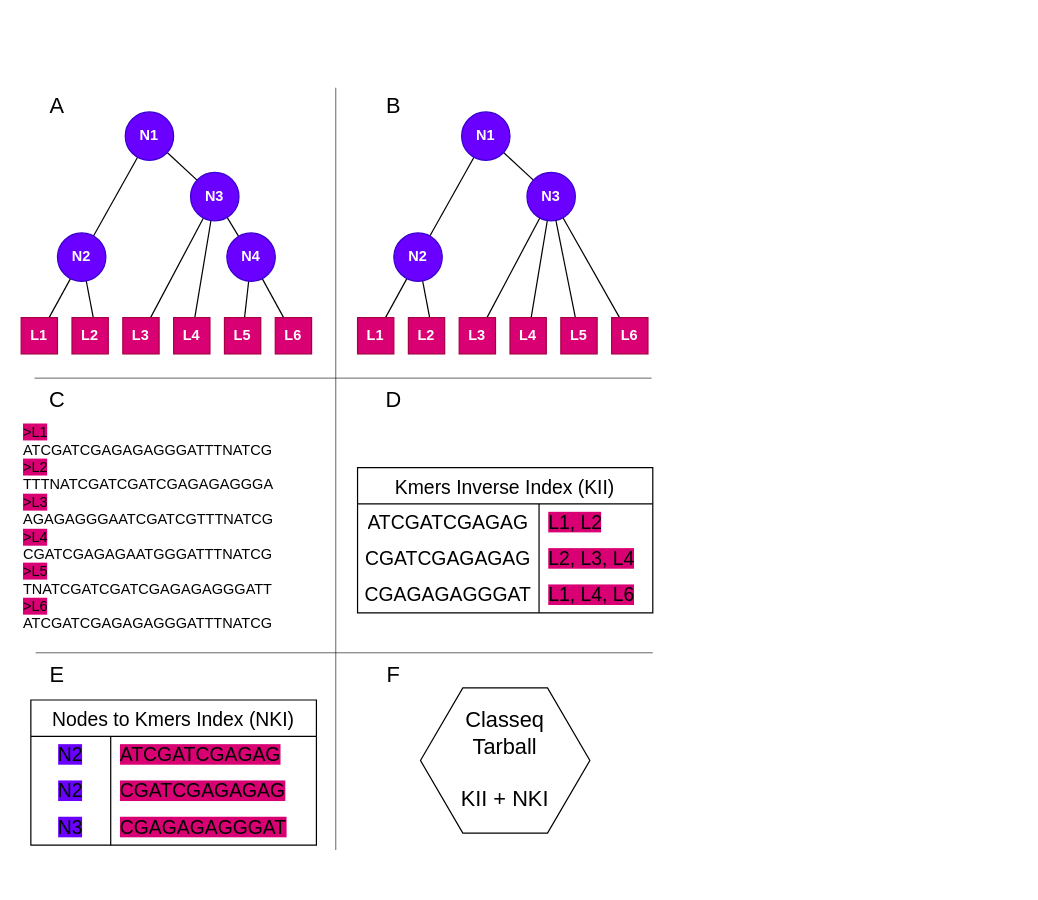
Before: page "main-comcepts" (1 of 2) of docs/drawio/classeq.drawio in LepistaBioinformatics/classeq, a draw.io diagram. Source tidied: cells renumbered, new cells numbered last; positions are measured from the earlier drawing's top-left corner, leaving out a move shared by most shapes. Both pictures are drawn from the tidied source at 121%, with x=0, y=0 at pixel (21, 87).
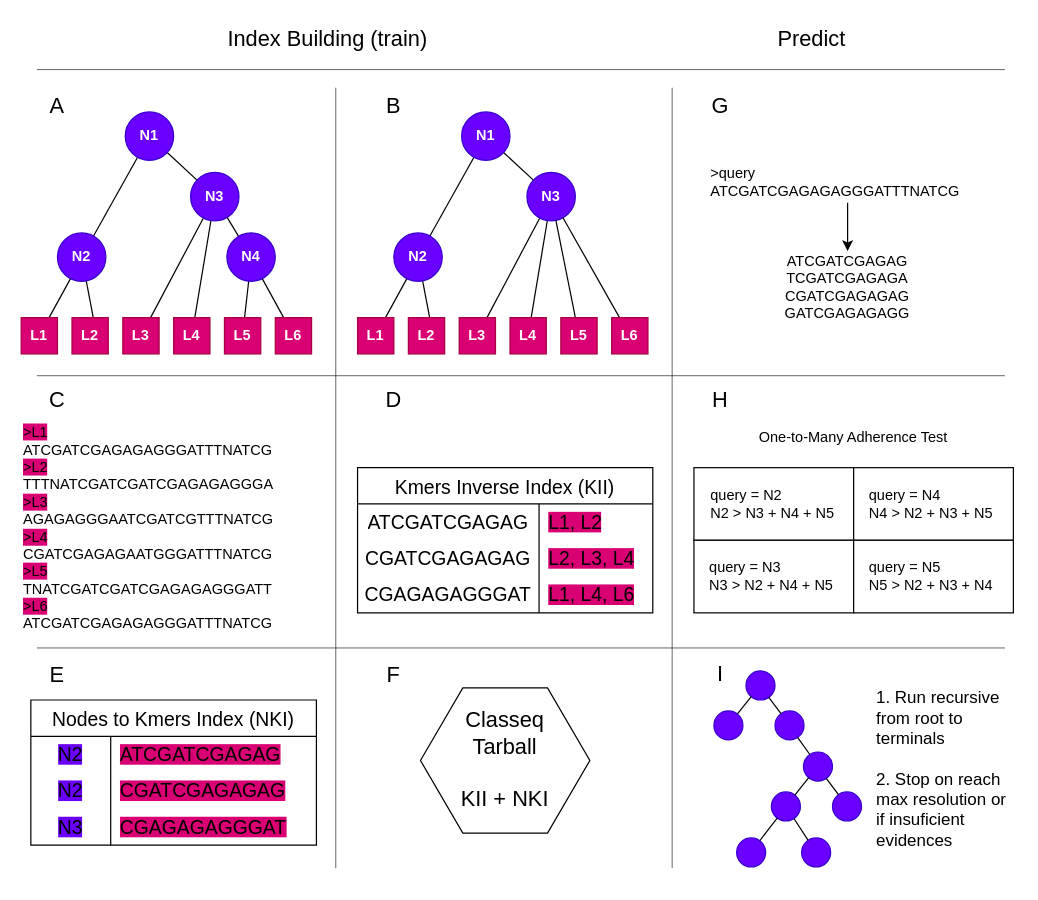
The same diagram, later.

Commit message (it also covers changes not shown here):
docs: upgrade documentation of the algorithm flow

main

The edit, as a diff of the source:
```diff
@@
-    <mxCell id="50" style="endArrow=none;html=1;rounded=0;strokeWidth=0.5;" parent="1" edge="1">
-      <mxGeometry relative="1" as="geometry">
-        <mxPoint x="11" y="240" as="sourcePoint" />
-        <mxPoint x="521" y="240" as="targetPoint" />
-      </mxGeometry>
-    </mxCell>
     <mxCell id="51" style="endArrow=none;html=1;rounded=0;strokeWidth=0.5;" parent="1" edge="1">
       <mxGeometry relative="1" as="geometry">
         <mxPoint x="260" as="sourcePoint" />
-        <mxPoint x="260" y="630" as="targetPoint" />
+        <mxPoint x="260" y="645" as="targetPoint" />
       </mxGeometry>
     </mxCell>
-    <mxCell id="52" style="endArrow=none;html=1;rounded=0;strokeWidth=0.5;" parent="1" edge="1">
-      <mxGeometry relative="1" as="geometry">
-        <mxPoint x="12" y="467" as="sourcePoint" />
-        <mxPoint x="522" y="467" as="targetPoint" />
-      </mxGeometry>
-    </mxCell>
@@
+    <mxCell id="69" style="endArrow=none;html=1;rounded=0;strokeWidth=0.5;" parent="1" edge="1">
+      <mxGeometry relative="1" as="geometry">
+        <mxPoint x="13" y="-15" as="sourcePoint" />
+        <mxPoint x="813" y="-15" as="targetPoint" />
+      </mxGeometry>
+    </mxCell>
+    <mxCell id="70" value="&lt;span style=&quot;font-size: 18px;&quot;&gt;Index Building (train)&lt;/span&gt;" style="text;html=1;strokeColor=none;fillColor=none;align=center;verticalAlign=middle;whiteSpace=wrap;rounded=0;" parent="1" vertex="1">
+      <mxGeometry x="156" y="-55" width="195" height="30" as="geometry" />
+    </mxCell>
+    <mxCell id="71" value="&lt;span style=&quot;font-size: 18px;&quot;&gt;Predict&lt;/span&gt;" style="text;html=1;strokeColor=none;fillColor=none;align=center;verticalAlign=middle;whiteSpace=wrap;rounded=0;" parent="1" vertex="1">
+      <mxGeometry x="556" y="-55" width="195" height="30" as="geometry" />
+    </mxCell>
+    <mxCell id="72" style="endArrow=none;html=1;rounded=0;strokeWidth=0.5;" parent="1" edge="1">
+      <mxGeometry relative="1" as="geometry">
+        <mxPoint x="538" as="sourcePoint" />
+        <mxPoint x="538" y="645" as="targetPoint" />
+      </mxGeometry>
+    </mxCell>
+    <mxCell id="73" style="group;" parent="1" vertex="1">
+      <mxGeometry x="568" y="60" width="230" height="135" as="geometry" />
+    </mxCell>
+    <mxCell id="74" value="&amp;gt;query&lt;br&gt;ATCGATCGAGAGAGGGATTTNATCG" style="text;html=1;strokeColor=none;fillColor=none;align=left;verticalAlign=middle;whiteSpace=wrap;rounded=0;" parent="73" vertex="1">
+      <mxGeometry width="230" height="35" as="geometry" />
+    </mxCell>
+    <mxCell id="75" value="ATCGATCGAGAG&lt;br&gt;TCGATCGAGAGA&lt;br&gt;CGATCGAGAGAG&lt;br&gt;GATCGAGAGAGG" style="text;html=1;strokeColor=none;fillColor=none;align=center;verticalAlign=middle;whiteSpace=wrap;rounded=0;" parent="73" vertex="1">
+      <mxGeometry y="75" width="230" height="60" as="geometry" />
+    </mxCell>
+    <mxCell id="76" style="edgeStyle=orthogonalEdgeStyle;rounded=0;jettySize=auto;html=1;" parent="73" edge="1" source="74" target="75">
+      <mxGeometry relative="1" as="geometry" />
+    </mxCell>
+    <mxCell id="77" value="&lt;span style=&quot;font-size: 18px;&quot;&gt;G&lt;/span&gt;" style="text;html=1;strokeColor=none;fillColor=none;align=center;verticalAlign=middle;whiteSpace=wrap;rounded=0;" parent="1" vertex="1">
+      <mxGeometry x="548" width="60" height="30" as="geometry" />
+    </mxCell>
+    <mxCell id="78" value="One-to-Many Adherence Test" style="text;html=1;strokeColor=none;fillColor=none;align=center;verticalAlign=middle;whiteSpace=wrap;rounded=0;" parent="1" vertex="1">
+      <mxGeometry x="598" y="274" width="180" height="30" as="geometry" />
+    </mxCell>
+    <mxCell id="79" value="&lt;span style=&quot;font-size: 18px;&quot;&gt;H&lt;/span&gt;" style="text;html=1;strokeColor=none;fillColor=none;align=center;verticalAlign=middle;whiteSpace=wrap;rounded=0;" parent="1" vertex="1">
+      <mxGeometry x="548" y="243" width="60" height="30" as="geometry" />
+    </mxCell>
+    <mxCell id="80" style="group;" parent="1" vertex="1">
+      <mxGeometry x="556" y="314" width="264" height="120" as="geometry" />
+    </mxCell>
+    <mxCell id="81" style="rounded=0;whiteSpace=wrap;html=1;" parent="80" vertex="1">
+      <mxGeometry width="132" height="60" as="geometry" />
+    </mxCell>
+    <mxCell id="82" style="rounded=0;whiteSpace=wrap;html=1;" parent="80" vertex="1">
+      <mxGeometry y="60" width="132" height="60" as="geometry" />
+    </mxCell>
+    <mxCell id="83" style="rounded=0;whiteSpace=wrap;html=1;" parent="80" vertex="1">
+      <mxGeometry x="132" width="132" height="60" as="geometry" />
+    </mxCell>
+    <mxCell id="84" style="rounded=0;whiteSpace=wrap;html=1;" parent="80" vertex="1">
+      <mxGeometry x="132" y="60" width="132" height="60" as="geometry" />
+    </mxCell>
+    <mxCell id="85" value="query = N2&lt;br&gt;N2 &amp;gt; N3 + N4 + N5" style="text;html=1;strokeColor=none;fillColor=none;align=left;verticalAlign=middle;whiteSpace=wrap;rounded=0;" parent="80" vertex="1">
+      <mxGeometry x="12" y="10" width="110" height="40" as="geometry" />
+    </mxCell>
+    <mxCell id="86" value="query = N4&lt;br&gt;N4 &amp;gt; N2 + N3 + N5" style="text;html=1;strokeColor=none;fillColor=none;align=left;verticalAlign=middle;whiteSpace=wrap;rounded=0;" parent="80" vertex="1">
+      <mxGeometry x="143" y="10" width="110" height="40" as="geometry" />
+    </mxCell>
+    <mxCell id="87" value="query = N3&lt;br&gt;N3 &amp;gt; N2 + N4 + N5" style="text;html=1;strokeColor=none;fillColor=none;align=left;verticalAlign=middle;whiteSpace=wrap;rounded=0;" parent="80" vertex="1">
+      <mxGeometry x="11" y="69.5" width="110" height="41" as="geometry" />
+    </mxCell>
+    <mxCell id="88" value="query = N5&lt;br&gt;N5 &amp;gt; N2 + N3 + N4" style="text;html=1;strokeColor=none;fillColor=none;align=left;verticalAlign=middle;whiteSpace=wrap;rounded=0;" parent="80" vertex="1">
+      <mxGeometry x="143" y="69.5" width="110" height="41" as="geometry" />
+    </mxCell>
+    <mxCell id="89" value="&lt;span style=&quot;font-size: 18px;&quot;&gt;I&lt;/span&gt;" style="text;html=1;strokeColor=none;fillColor=none;align=center;verticalAlign=middle;whiteSpace=wrap;rounded=0;" parent="1" vertex="1">
+      <mxGeometry x="548" y="470" width="60" height="30" as="geometry" />
+    </mxCell>
+    <mxCell id="90" value="&lt;font style=&quot;font-size: 14px;&quot;&gt;1. Run recursive from root to terminals&lt;br&gt;&lt;br&gt;2. Stop on reach max resolution or if insuficient evidences&lt;/font&gt;" style="text;html=1;strokeColor=none;fillColor=none;align=left;verticalAlign=middle;whiteSpace=wrap;rounded=0;" parent="1" vertex="1">
+      <mxGeometry x="705" y="471" width="118" height="184" as="geometry" />
+    </mxCell>
+    <mxCell id="91" style="group;" parent="1" vertex="1">
+      <mxGeometry x="572.5" y="482" width="122" height="162" as="geometry" />
+    </mxCell>
+    <mxCell id="92" style="ellipse;whiteSpace=wrap;html=1;fillColor=#6a00ff;strokeColor=#3700CC;fontColor=#ffffff;fontStyle=1;" parent="91" vertex="1">
+      <mxGeometry x="26.5" width="24" height="24" as="geometry" />
+    </mxCell>
+    <mxCell id="93" style="ellipse;whiteSpace=wrap;html=1;fillColor=#6a00ff;strokeColor=#3700CC;fontColor=#ffffff;fontStyle=1;" parent="91" vertex="1">
+      <mxGeometry x="50.5" y="33" width="24" height="24" as="geometry" />
+    </mxCell>
+    <mxCell id="94" style="edgeStyle=none;rounded=0;jettySize=auto;html=1;endArrow=none;endFill=0;" parent="91" edge="1" source="92" target="93">
+      <mxGeometry relative="1" as="geometry" />
+    </mxCell>
+    <mxCell id="95" style="ellipse;whiteSpace=wrap;html=1;fillColor=#6a00ff;strokeColor=#3700CC;fontColor=#ffffff;fontStyle=1;" parent="91" vertex="1">
+      <mxGeometry y="33" width="24" height="24" as="geometry" />
+    </mxCell>
+    <mxCell id="96" style="edgeStyle=none;rounded=0;jettySize=auto;html=1;endArrow=none;endFill=0;" parent="91" edge="1" source="92" target="95">
+      <mxGeometry relative="1" as="geometry" />
+    </mxCell>
+    <mxCell id="97" style="ellipse;whiteSpace=wrap;html=1;fillColor=#6a00ff;strokeColor=#3700CC;fontColor=#ffffff;fontStyle=1;" parent="91" vertex="1">
+      <mxGeometry x="74" y="67" width="24" height="24" as="geometry" />
+    </mxCell>
+    <mxCell id="98" style="edgeStyle=none;rounded=0;jettySize=auto;html=1;endArrow=none;endFill=0;" parent="91" edge="1" source="93" target="97">
+      <mxGeometry relative="1" as="geometry" />
+    </mxCell>
+    <mxCell id="99" style="ellipse;whiteSpace=wrap;html=1;fillColor=#6a00ff;strokeColor=#3700CC;fontColor=#ffffff;fontStyle=1;" parent="91" vertex="1">
+      <mxGeometry x="98" y="100" width="24" height="24" as="geometry" />
+    </mxCell>
+    <mxCell id="100" style="edgeStyle=none;rounded=0;jettySize=auto;html=1;endArrow=none;endFill=0;" parent="91" edge="1" source="97" target="99">
+      <mxGeometry relative="1" as="geometry" />
+    </mxCell>
+    <mxCell id="101" style="ellipse;whiteSpace=wrap;html=1;fillColor=#6a00ff;strokeColor=#3700CC;fontColor=#ffffff;fontStyle=1;" parent="91" vertex="1">
+      <mxGeometry x="47.5" y="100" width="24" height="24" as="geometry" />
+    </mxCell>
+    <mxCell id="102" style="edgeStyle=none;rounded=0;jettySize=auto;html=1;endArrow=none;endFill=0;" parent="91" edge="1" source="97" target="101">
+      <mxGeometry relative="1" as="geometry" />
+    </mxCell>
+    <mxCell id="103" style="ellipse;whiteSpace=wrap;html=1;fillColor=#6a00ff;strokeColor=#3700CC;fontColor=#ffffff;fontStyle=1;" parent="91" vertex="1">
+      <mxGeometry x="18.8" y="138" width="24" height="24" as="geometry" />
+    </mxCell>
+    <mxCell id="104" style="edgeStyle=none;rounded=0;jettySize=auto;html=1;endArrow=none;endFill=0;" parent="91" edge="1" source="101" target="103">
+      <mxGeometry relative="1" as="geometry" />
+    </mxCell>
+    <mxCell id="105" style="ellipse;whiteSpace=wrap;html=1;fillColor=#6a00ff;strokeColor=#3700CC;fontColor=#ffffff;fontStyle=1;" parent="91" vertex="1">
+      <mxGeometry x="72.5" y="138" width="24" height="24" as="geometry" />
+    </mxCell>
+    <mxCell id="106" style="edgeStyle=none;rounded=0;jettySize=auto;html=1;endArrow=none;endFill=0;" parent="91" edge="1" source="101" target="105">
+      <mxGeometry relative="1" as="geometry" />
+    </mxCell>
+    <mxCell id="107" style="endArrow=none;html=1;rounded=0;strokeWidth=0.5;" parent="1" edge="1">
+      <mxGeometry relative="1" as="geometry">
+        <mxPoint x="13" y="238" as="sourcePoint" />
+        <mxPoint x="813" y="238" as="targetPoint" />
+      </mxGeometry>
+    </mxCell>
+    <mxCell id="108" style="endArrow=none;html=1;rounded=0;strokeWidth=0.5;" parent="1" edge="1">
+      <mxGeometry relative="1" as="geometry">
+        <mxPoint x="13" y="463" as="sourcePoint" />
+        <mxPoint x="813" y="463" as="targetPoint" />
+      </mxGeometry>
+    </mxCell>
```
